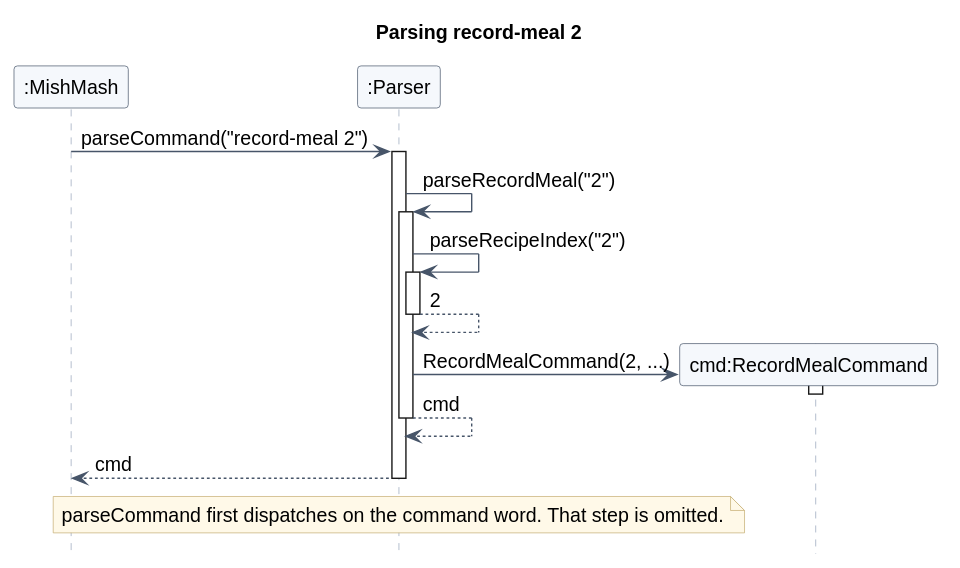
Rixte/tp keeps this PlantUML diagram as docs/images/record-meal/record-meal-parsing.svg. Above is the earlier version.
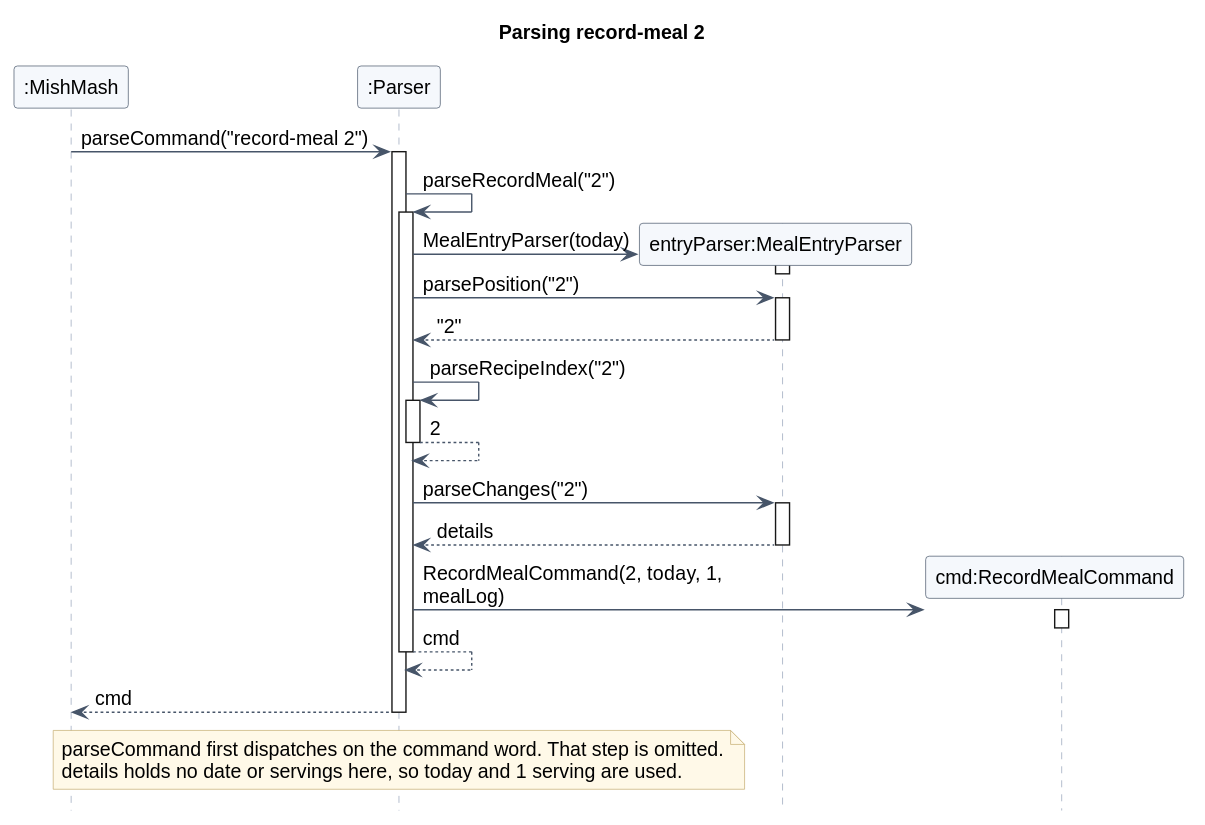
After the change.

The edit, as a diff of the source:
```diff
@@ -4,18 +4,31 @@
 
 participant ":MishMash" as App
 participant ":Parser" as Parser
+participant "entryParser:MealEntryParser" as EntryParser
 participant "cmd:RecordMealCommand" as Command
 
 App -> Parser : parseCommand("record-meal 2")
 activate Parser
 Parser -> Parser : parseRecordMeal("2")
 activate Parser
+create EntryParser
+Parser -> EntryParser : MealEntryParser(today)
+activate EntryParser
+deactivate EntryParser
+Parser -> EntryParser : parsePosition("2")
+activate EntryParser
+EntryParser --> Parser : "2"
+deactivate EntryParser
 Parser -> Parser : parseRecipeIndex("2")
 activate Parser
 Parser --> Parser : 2
 deactivate Parser
+Parser -> EntryParser : parseChanges("2")
+activate EntryParser
+EntryParser --> Parser : details
+deactivate EntryParser
 create Command
-Parser -> Command : RecordMealCommand(2, ...)
+Parser -> Command : RecordMealCommand(2, today, 1, mealLog)
 activate Command
 deactivate Command
 Parser --> Parser : cmd
@@ -25,5 +38,6 @@
 
 note over Parser
   parseCommand first dispatches on the command word. That step is omitted.
+  details holds no date or servings here, so today and 1 serving are used.
 end note
 @enduml
```
